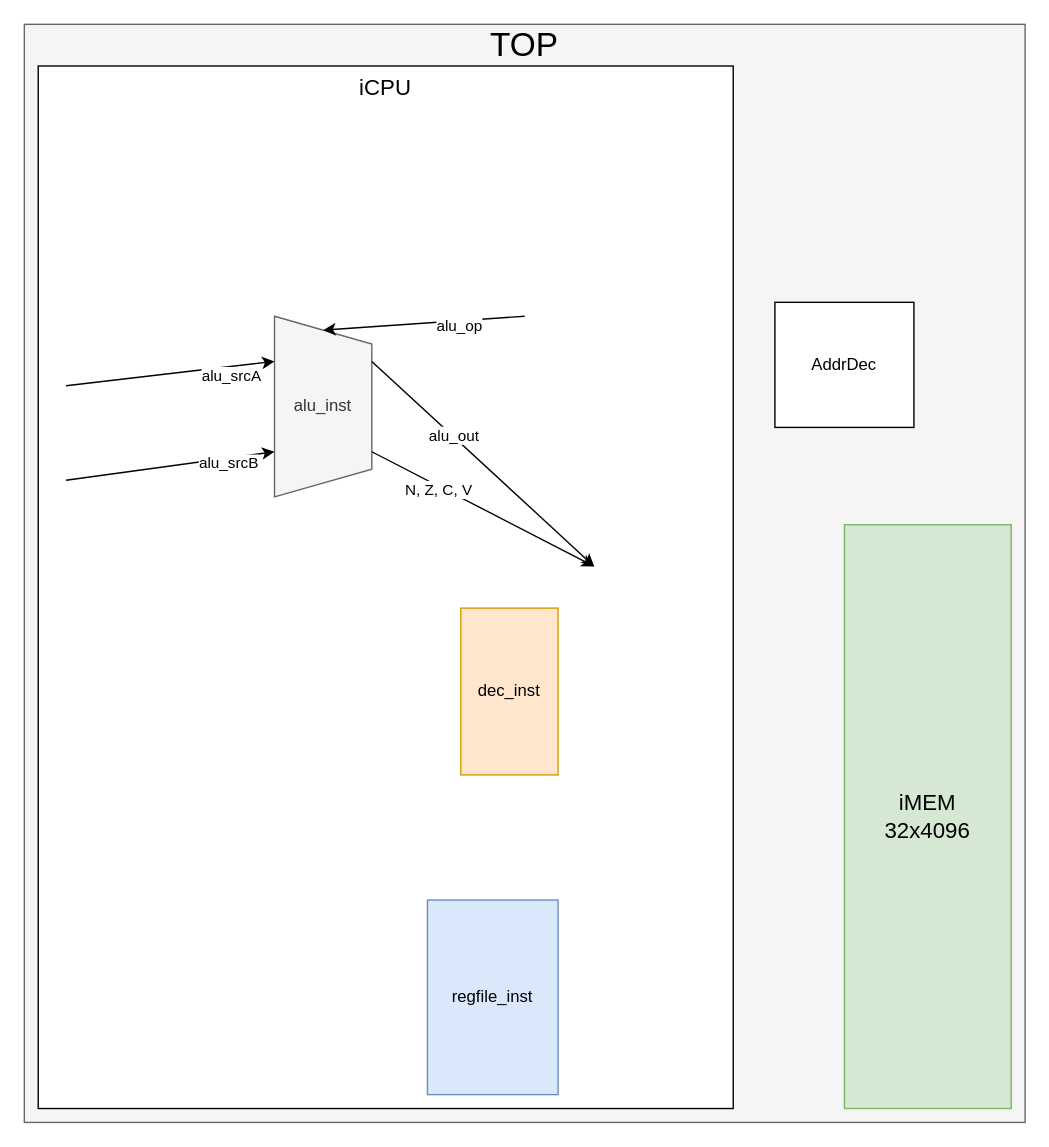
The draw.io diagram src/diagram.drawio in SungChul-CHA/RISC-V_CPU, before the edit. Source tidied: cells renumbered, new cells numbered last; positions are measured from the earlier drawing's top-left corner, leaving out a move shared by most shapes. Both pictures are drawn from the tidied source at 139%, with x=0, y=0 at pixel (24, 24).
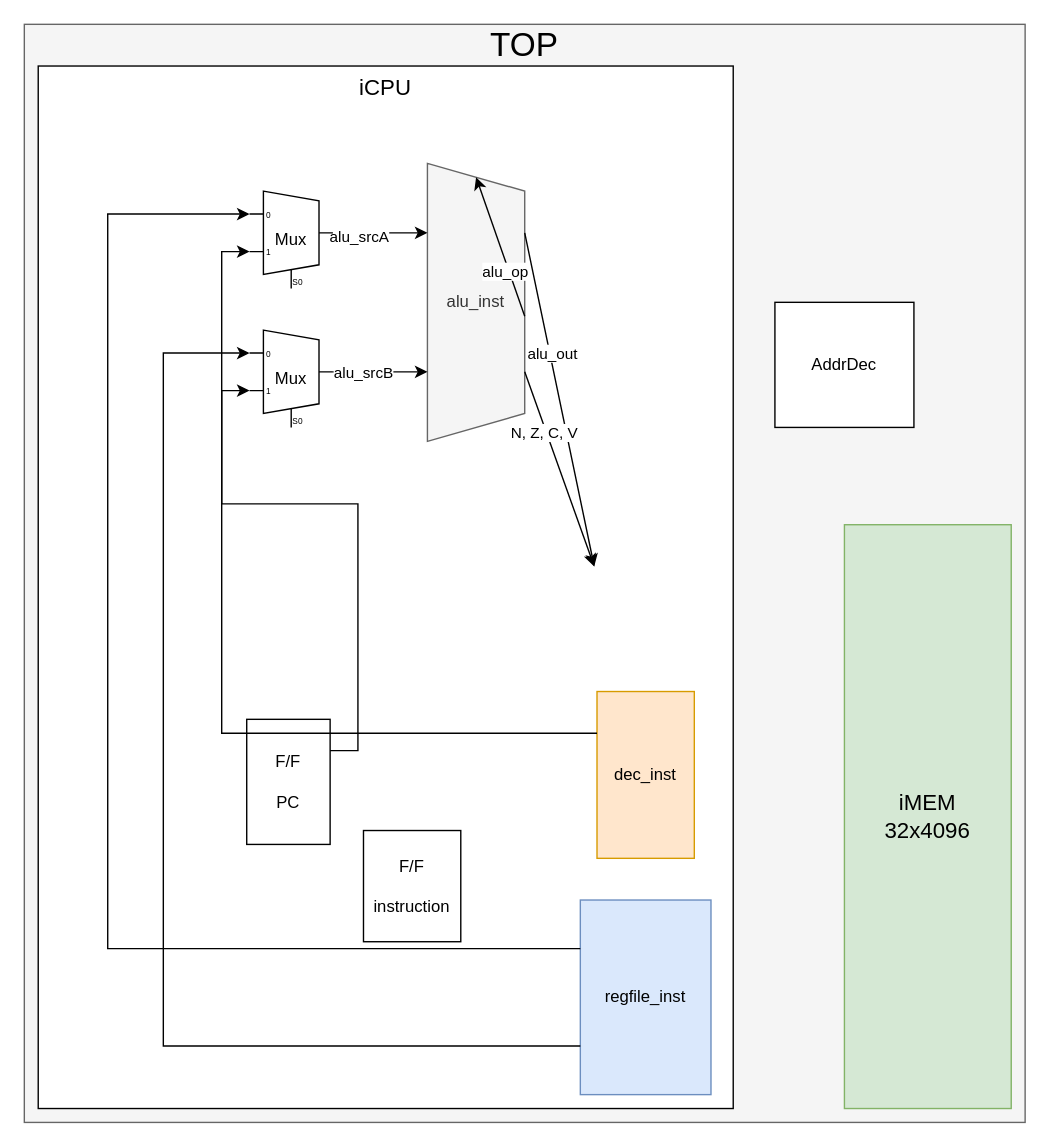
The same page after the edit.

Commit message (it also covers changes not shown here):
Instruction table complete

Diff of the diagram source:
```diff
@@
     <mxCell id="8" value="regfile_inst" style="rounded=0;whiteSpace=wrap;html=1;fillColor=#dae8fc;strokeColor=#6c8ebf;" parent="1" vertex="1">
-      <mxGeometry x="290" y="630" width="94" height="140" as="geometry" />
+      <mxGeometry x="400" y="630" width="94" height="140" as="geometry" />
     </mxCell>
     <mxCell id="9" value="alu_inst" style="shape=trapezoid;perimeter=trapezoidPerimeter;whiteSpace=wrap;html=1;fixedSize=1;rotation=90;horizontal=0;fillColor=#f5f5f5;strokeColor=#666666;fontColor=#333333;" parent="1" vertex="1">
-      <mxGeometry x="150" y="240" width="130" height="70" as="geometry" />
+      <mxGeometry x="225" y="165" width="200" height="70" as="geometry" />
     </mxCell>
     <mxCell id="10" value="dec_inst" style="rounded=0;whiteSpace=wrap;html=1;fillColor=#ffe6cc;strokeColor=#d79b00;" parent="1" vertex="1">
-      <mxGeometry x="314" y="420" width="70" height="120" as="geometry" />
+      <mxGeometry x="412" y="480" width="70" height="120" as="geometry" />
     </mxCell>
-    <mxCell id="11" style="endArrow=classic;html=1;rounded=0;entryX=0.25;entryY=1;entryDx=0;entryDy=0;" parent="1" edge="1" target="9">
-      <mxGeometry relative="1" as="geometry">
-        <mxPoint x="30" y="260" as="sourcePoint" />
-      </mxGeometry>
-    </mxCell>
-    <mxCell id="12" value="alu_srcA" style="edgeLabel;html=1;align=center;verticalAlign=middle;" parent="11" vertex="1">
-      <mxGeometry x="0.13" y="-2" relative="1" as="geometry">
-        <mxPoint x="34" as="offset" />
-      </mxGeometry>
-    </mxCell>
-    <mxCell id="13" style="endArrow=classic;html=1;rounded=0;entryX=0.75;entryY=1;entryDx=0;entryDy=0;" parent="1" edge="1" target="9">
-      <mxGeometry relative="1" as="geometry">
-        <mxPoint x="30" y="328" as="sourcePoint" />
-      </mxGeometry>
-    </mxCell>
-    <mxCell id="14" value="alu_srcB" style="edgeLabel;html=1;align=center;verticalAlign=middle;" parent="13" vertex="1">
-      <mxGeometry x="0.38" y="-2" relative="1" as="geometry">
-        <mxPoint x="13" as="offset" />
-      </mxGeometry>
-    </mxCell>
@@
+    <mxCell id="21" style="edgeStyle=orthogonalEdgeStyle;rounded=0;jettySize=auto;html=1;exitX=1;exitY=0.5;exitDx=0;exitDy=-5;exitPerimeter=0;entryX=0.75;entryY=1;entryDx=0;entryDy=0;" parent="1" edge="1" source="22" target="9">
+      <mxGeometry relative="1" as="geometry" />
+    </mxCell>
+    <mxCell id="14" value="alu_srcB" style="edgeLabel;html=1;align=center;verticalAlign=middle;" parent="21" vertex="1">
+      <mxGeometry x="-0.38" relative="1" as="geometry" />
+    </mxCell>
+    <mxCell id="22" value="Mux" style="shadow=0;dashed=0;align=center;html=1;strokeWidth=1;shape=mxgraph.electrical.abstract.mux2;whiteSpace=wrap;" parent="1" vertex="1">
+      <mxGeometry x="162" y="220" width="60" height="70" as="geometry" />
+    </mxCell>
+    <mxCell id="23" style="edgeStyle=orthogonalEdgeStyle;rounded=0;jettySize=auto;html=1;exitX=1;exitY=0.5;exitDx=0;exitDy=-5;exitPerimeter=0;entryX=0.25;entryY=1;entryDx=0;entryDy=0;" parent="1" edge="1" source="24" target="9">
+      <mxGeometry relative="1" as="geometry" />
+    </mxCell>
+    <mxCell id="12" value="alu_srcA" style="edgeLabel;html=1;align=center;verticalAlign=middle;" parent="23" vertex="1">
+      <mxGeometry x="-0.48" y="-2" relative="1" as="geometry" />
+    </mxCell>
+    <mxCell id="24" value="Mux" style="shadow=0;dashed=0;align=center;html=1;strokeWidth=1;shape=mxgraph.electrical.abstract.mux2;whiteSpace=wrap;" parent="1" vertex="1">
+      <mxGeometry x="162" y="120" width="60" height="70" as="geometry" />
+    </mxCell>
+    <mxCell id="25" style="edgeStyle=orthogonalEdgeStyle;rounded=0;jettySize=auto;html=1;exitX=0;exitY=0.25;exitDx=0;exitDy=0;entryX=0;entryY=0.19285714285714287;entryDx=0;entryDy=3;entryPerimeter=0;" parent="1" edge="1" source="8" target="24">
+      <mxGeometry relative="1" as="geometry">
+        <Array as="points">
+          <mxPoint x="60" y="665" />
+          <mxPoint x="60" y="137" />
+        </Array>
+      </mxGeometry>
+    </mxCell>
+    <mxCell id="26" value="&lt;div&gt;F/F&lt;/div&gt;&lt;div&gt;&lt;br&gt;&lt;/div&gt;PC" style="rounded=0;whiteSpace=wrap;html=1;" parent="1" vertex="1">
+      <mxGeometry x="160" y="500" width="60" height="90" as="geometry" />
+    </mxCell>
+    <mxCell id="27" style="edgeStyle=orthogonalEdgeStyle;rounded=0;jettySize=auto;html=1;exitX=1;exitY=0.25;exitDx=0;exitDy=0;entryX=0;entryY=0.5785714285714286;entryDx=0;entryDy=3;entryPerimeter=0;" parent="1" edge="1" source="26" target="24">
+      <mxGeometry relative="1" as="geometry" />
+    </mxCell>
+    <mxCell id="28" style="edgeStyle=orthogonalEdgeStyle;rounded=0;jettySize=auto;html=1;exitX=0;exitY=0.75;exitDx=0;exitDy=0;entryX=0;entryY=0.19285714285714287;entryDx=0;entryDy=3;entryPerimeter=0;" parent="1" edge="1" source="8" target="22">
+      <mxGeometry relative="1" as="geometry">
+        <Array as="points">
+          <mxPoint x="100" y="735" />
+          <mxPoint x="100" y="237" />
+        </Array>
+      </mxGeometry>
+    </mxCell>
+    <mxCell id="29" value="F/F&lt;div&gt;&lt;br&gt;&lt;/div&gt;&lt;div&gt;instruction&lt;/div&gt;" style="rounded=0;whiteSpace=wrap;html=1;" parent="1" vertex="1">
+      <mxGeometry x="244" y="580" width="70" height="80" as="geometry" />
+    </mxCell>
+    <mxCell id="30" style="edgeStyle=orthogonalEdgeStyle;rounded=0;jettySize=auto;html=1;exitX=0;exitY=0.25;exitDx=0;exitDy=0;entryX=0;entryY=0.5785714285714286;entryDx=0;entryDy=3;entryPerimeter=0;" parent="1" edge="1" source="10" target="22">
+      <mxGeometry relative="1" as="geometry" />
+    </mxCell>
```
